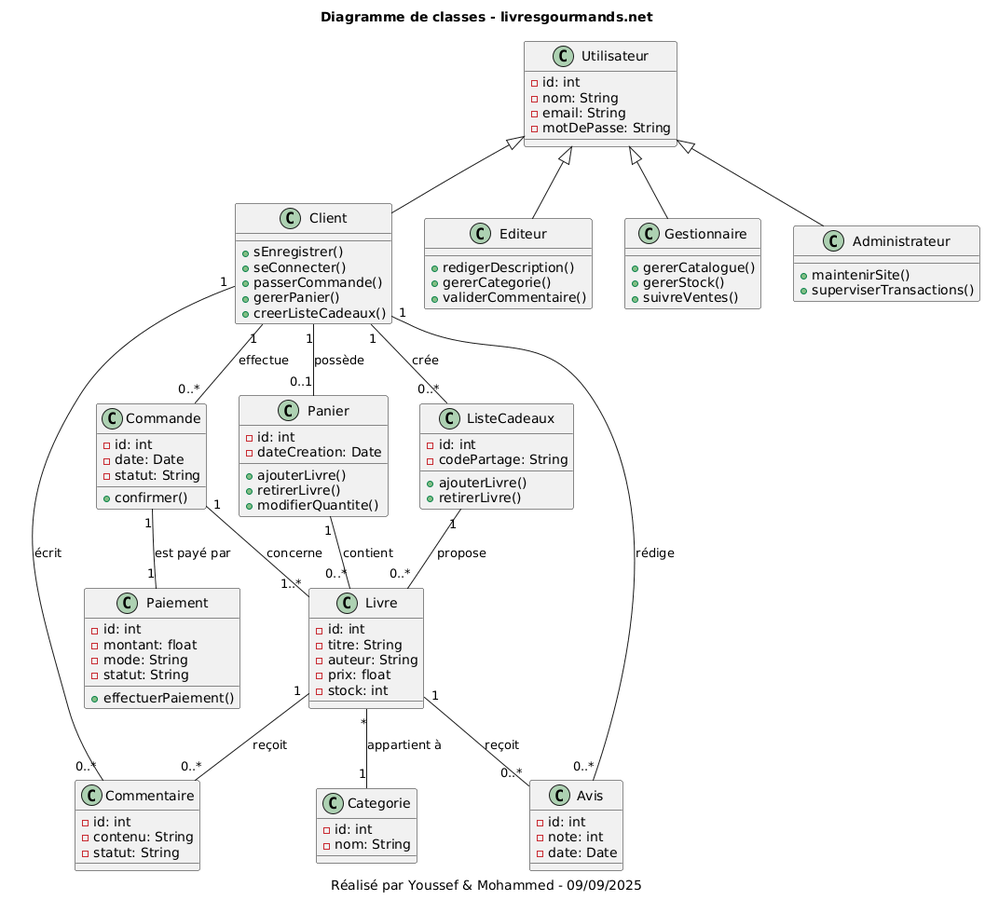
Derssa/livresgourmands keeps this PlantUML diagram as dc.png. Above is the earlier version.
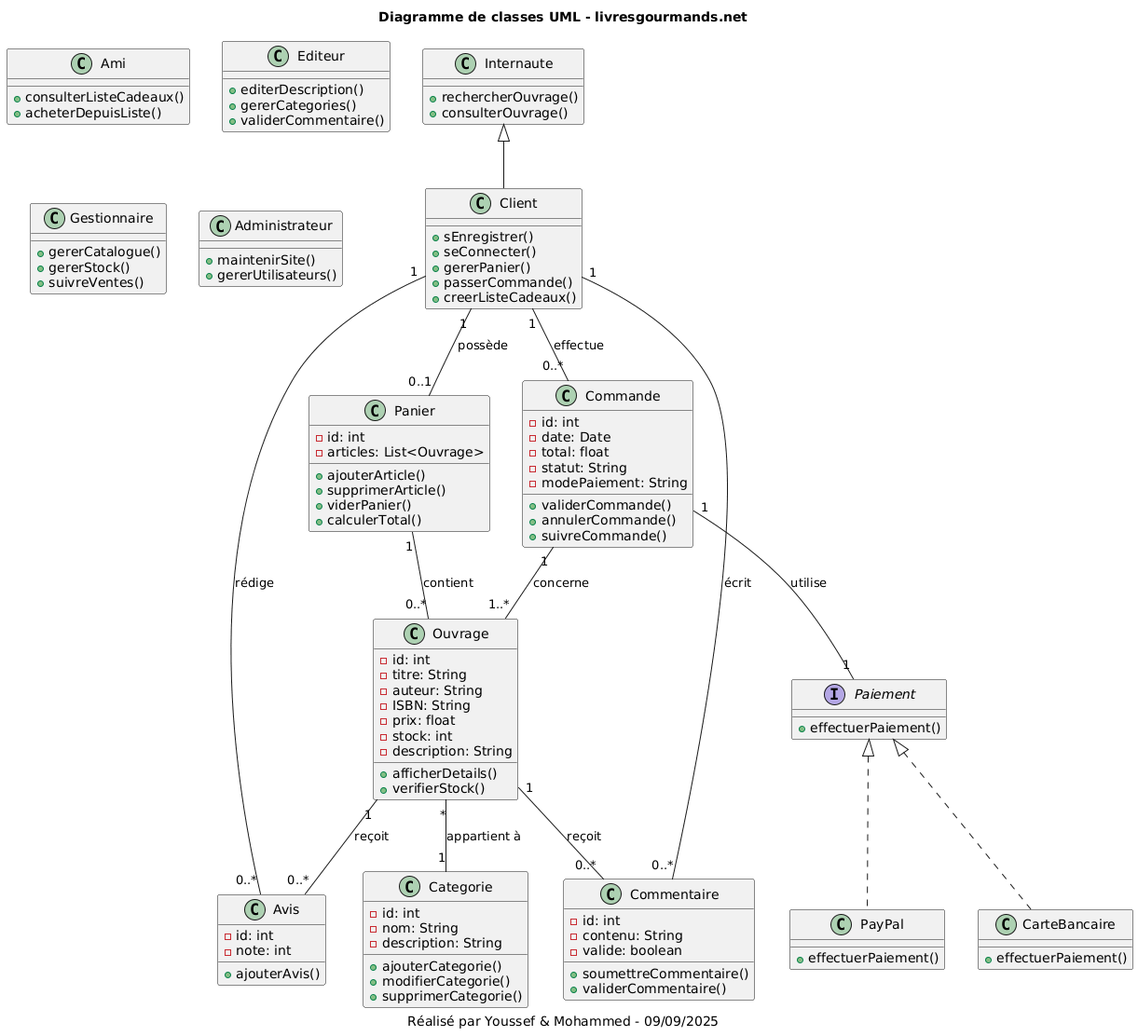
Above is the later version.

Commit message:
Classes diagrame improvement

Diff of the diagram source:
```diff
@@ -1,26 +1,32 @@
 @startuml
-title Diagramme de classes - livresgourmands.net
+title Diagramme de classes UML - livresgourmands.net
 caption Réalisé par Youssef & Mohammed - 09/09/2025
 
 
-class Utilisateur {
-  - id: int
-  - nom: String
-  - email: String
-  - motDePasse: String
+class Internaute {
+  + rechercherOuvrage()
+  + consulterOuvrage()
 }
 
 class Client {
   + sEnregistrer()
   + seConnecter()
+  + gererPanier()
   + passerCommande()
-  + gererPanier()
   + creerListeCadeaux()
 }
 
+class Ami {
+  + consulterListeCadeaux()
+  + acheterDepuisListe()
+}
+
+Internaute <|-- Client
+
+
 class Editeur {
-  + redigerDescription()
-  + gererCategorie()
+  + editerDescription()
+  + gererCategories()
   + validerCommentaire()
 }
 
@@ -32,80 +38,90 @@
 
 class Administrateur {
   + maintenirSite()
-  + superviserTransactions()
+  + gererUtilisateurs()
 }
 
-class Livre {
+
+interface Paiement {
+  + effectuerPaiement()
+}
+
+class CarteBancaire {
+  + effectuerPaiement()
+}
+
+class PayPal {
+  + effectuerPaiement()
+}
+
+Paiement <|.. CarteBancaire
+Paiement <|.. PayPal
+
+
+class Ouvrage {
   - id: int
   - titre: String
   - auteur: String
+  - ISBN: String
   - prix: float
   - stock: int
+  - description: String
+  + afficherDetails()
+  + verifierStock()
 }
 
 class Categorie {
   - id: int
   - nom: String
+  - description: String
+  + ajouterCategorie()
+  + modifierCategorie()
+  + supprimerCategorie()
 }
 
 class Panier {
   - id: int
-  - dateCreation: Date
-  + ajouterLivre()
-  + retirerLivre()
-  + modifierQuantite()
+  - articles: List<Ouvrage>
+  + ajouterArticle()
+  + supprimerArticle()
+  + viderPanier()
+  + calculerTotal()
 }
 
 class Commande {
   - id: int
   - date: Date
+  - total: float
   - statut: String
-  + confirmer()
-}
-
-class Paiement {
-  - id: int
-  - montant: float
-  - mode: String
-  - statut: String
-  + effectuerPaiement()
-}
-
-class ListeCadeaux {
-  - id: int
-  - codePartage: String
-  + ajouterLivre()
-  + retirerLivre()
+  - modePaiement: String
+  + validerCommande()
+  + annulerCommande()
+  + suivreCommande()
 }
 
 class Avis {
   - id: int
   - note: int
-  - date: Date
+  + ajouterAvis()
 }
 
 class Commentaire {
   - id: int
   - contenu: String
-  - statut: String
+  - valide: boolean
+  + soumettreCommentaire()
+  + validerCommentaire()
 }
 
-Utilisateur <|-- Client
-Utilisateur <|-- Editeur
-Utilisateur <|-- Gestionnaire
-Utilisateur <|-- Administrateur
 
 Client "1" -- "0..1" Panier : possède
 Client "1" -- "0..*" Commande : effectue
-Client "1" -- "0..*" ListeCadeaux : crée
 Client "1" -- "0..*" Avis : rédige
 Client "1" -- "0..*" Commentaire : écrit
-
-Panier "1" -- "0..*" Livre : contient
-Commande "1" -- "1..*" Livre : concerne
-Commande "1" -- "1" Paiement : est payé par
-ListeCadeaux "1" -- "0..*" Livre : propose
-Livre "*" -- "1" Categorie : appartient à
-Livre "1" -- "0..*" Avis : reçoit
-Livre "1" -- "0..*" Commentaire : reçoit
+Commande "1" -- "1" Paiement : utilise
+Commande "1" -- "1..*" Ouvrage : concerne
+Panier "1" -- "0..*" Ouvrage : contient
+Ouvrage "*" -- "1" Categorie : appartient à
+Ouvrage "1" -- "0..*" Avis : reçoit
+Ouvrage "1" -- "0..*" Commentaire : reçoit
 @enduml
```
